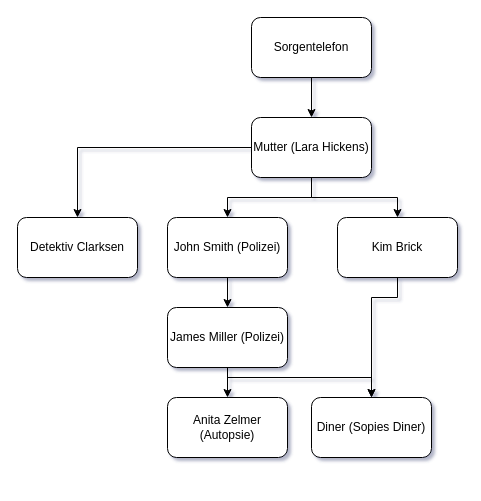
Earlier version of the draw.io diagram Doc/Story/Drawio/Storymap.drawio (StefanLewin/LastCall). Source tidied: cells renumbered, new cells numbered last; positions are measured from the earlier drawing's top-left corner, leaving out a move shared by most shapes. Both pictures are drawn from the tidied source at 100%, with x=0, y=0 at pixel (17, 17).
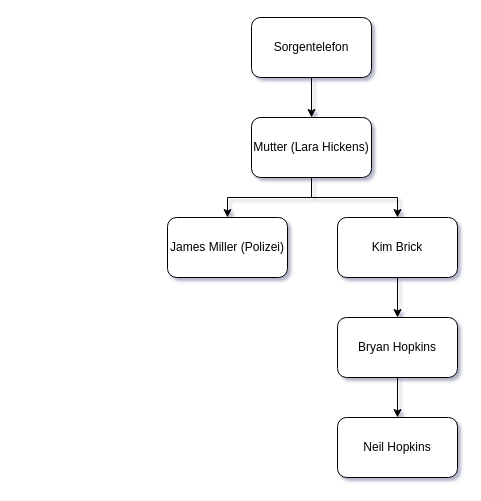
Above is the later version.

Commit message:
Update story map diagram with new characters

Revised the Drawio story map to replace and reposition several character nodes and edges, reflecting changes in the story's cast and relationships.

The change refers to these unchanged cells:
```xml
<mxCell id="3" value="Mutter (Lara Hickens)" style="rounded=1;whiteSpace=wrap;html=1;" parent="1" vertex="1">
  <mxGeometry x="234" y="100" width="120" height="60" as="geometry" />
</mxCell>
<mxCell id="11" value="Kim Brick" style="rounded=1;whiteSpace=wrap;html=1;" parent="1" vertex="1">
  <mxGeometry x="320" y="200" width="120" height="60" as="geometry" />
</mxCell>
```

What changed in the source:
```diff
@@
-    <mxCell id="5" style="endArrow=classic;html=1;rounded=0;exitX=0.5;exitY=1;exitDx=0;exitDy=0;entryX=0.5;entryY=0;entryDx=0;entryDy=0;" parent="1" edge="1" source="3" target="7">
+    <mxCell id="5" style="endArrow=classic;html=1;rounded=0;exitX=0.5;exitY=1;exitDx=0;exitDy=0;entryX=0.5;entryY=0;entryDx=0;entryDy=0;" parent="1" edge="1" source="3" target="10">
       <mxGeometry relative="1" as="geometry">
         <Array as="points">
           <mxPoint x="294" y="180" />
           <mxPoint x="210" y="180" />
         </Array>
       </mxGeometry>
     </mxCell>
-    <mxCell id="6" style="edgeStyle=orthogonalEdgeStyle;rounded=0;jettySize=auto;html=1;" parent="1" edge="1" source="7" target="10">
-      <mxGeometry relative="1" as="geometry" />
-    </mxCell>
-    <mxCell id="7" value="John Smith (Polizei)" style="rounded=1;whiteSpace=wrap;html=1;" parent="1" vertex="1">
-      <mxGeometry x="150" y="200" width="120" height="60" as="geometry" />
-    </mxCell>
-    <mxCell id="8" style="edgeStyle=orthogonalEdgeStyle;rounded=0;jettySize=auto;html=1;" parent="1" edge="1" source="10" target="13">
-      <mxGeometry relative="1" as="geometry" />
-    </mxCell>
-    <mxCell id="9" style="edgeStyle=orthogonalEdgeStyle;rounded=0;jettySize=auto;html=1;entryX=0.5;entryY=0;entryDx=0;entryDy=0;" parent="1" edge="1" source="10" target="14">
-      <mxGeometry relative="1" as="geometry">
-        <Array as="points">
-          <mxPoint x="210" y="360" />
-          <mxPoint x="354" y="360" />
-        </Array>
-      </mxGeometry>
-    </mxCell>
     <mxCell id="10" value="James Miller (Polizei)" style="rounded=1;whiteSpace=wrap;html=1;" parent="1" vertex="1">
-      <mxGeometry x="150" y="290" width="120" height="60" as="geometry" />
+      <mxGeometry x="150" y="200" width="120" height="60" as="geometry" />
     </mxCell>
+    <mxCell id="18" style="edgeStyle=orthogonalEdgeStyle;rounded=0;jettySize=auto;html=1;" parent="1" edge="1" source="11" target="20">
+      <mxGeometry relative="1" as="geometry" />
+    </mxCell>
@@
-    <mxCell id="13" value="Anita Zelmer (Autopsie)" style="rounded=1;whiteSpace=wrap;html=1;" parent="1" vertex="1">
-      <mxGeometry x="150" y="380" width="120" height="60" as="geometry" />
-    </mxCell>
-    <mxCell id="14" value="Diner (Sopies Diner)" style="rounded=1;whiteSpace=wrap;html=1;" parent="1" vertex="1">
-      <mxGeometry x="294" y="380" width="120" height="60" as="geometry" />
-    </mxCell>
-    <mxCell id="15" style="endArrow=classic;html=1;rounded=0;entryX=0.5;entryY=0;entryDx=0;entryDy=0;exitX=0.5;exitY=1;exitDx=0;exitDy=0;" parent="1" edge="1" source="11" target="14">
-      <mxGeometry relative="1" as="geometry">
-        <Array as="points">
-          <mxPoint x="380" y="280" />
-          <mxPoint x="354" y="280" />
-        </Array>
-      </mxGeometry>
-    </mxCell>
-    <mxCell id="16" value="Detektiv Clarksen" style="rounded=1;whiteSpace=wrap;html=1;" parent="1" vertex="1">
-      <mxGeometry y="200" width="120" height="60" as="geometry" />
-    </mxCell>
-    <mxCell id="17" style="endArrow=classic;html=1;rounded=0;entryX=0.5;entryY=0;entryDx=0;entryDy=0;exitX=0;exitY=0.5;exitDx=0;exitDy=0;" parent="1" edge="1" source="3" target="16">
-      <mxGeometry relative="1" as="geometry">
-        <Array as="points">
-          <mxPoint x="60" y="130" />
-        </Array>
-      </mxGeometry>
-    </mxCell>
+    <mxCell id="19" style="edgeStyle=orthogonalEdgeStyle;rounded=0;jettySize=auto;html=1;" parent="1" edge="1" source="20" target="21">
+      <mxGeometry relative="1" as="geometry" />
+    </mxCell>
+    <mxCell id="20" value="Bryan Hopkins" style="rounded=1;whiteSpace=wrap;html=1;" parent="1" vertex="1">
+      <mxGeometry x="320" y="300" width="120" height="60" as="geometry" />
+    </mxCell>
+    <mxCell id="21" value="Neil Hopkins" style="whiteSpace=wrap;html=1;rounded=1;" parent="1" vertex="1">
+      <mxGeometry x="320" y="400" width="120" height="60" as="geometry" />
+    </mxCell>
```
